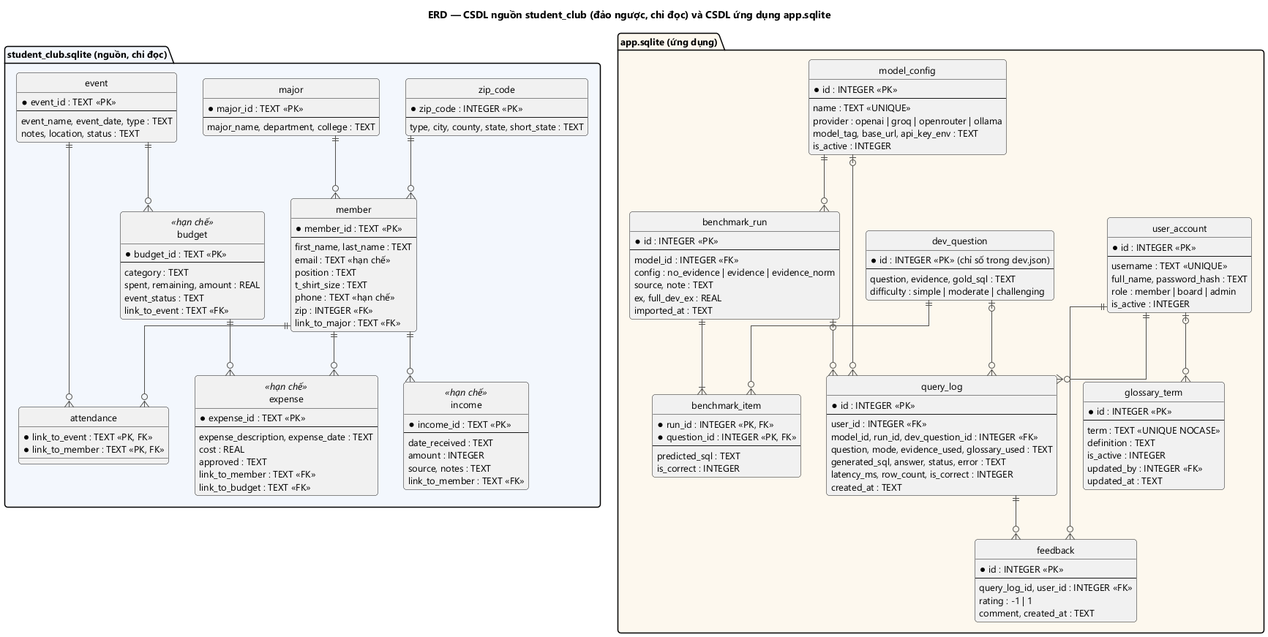
Before: docs/pttk/diagrams/erd.png, a diagram exported from PlantUML (ThanhTrung2001/llm-as-db-interface-project). Source of this version:
```plantuml
@startuml erd
!include _style.iuml
title ERD — CSDL nguồn student_club (đảo ngược, chỉ đọc) và CSDL ứng dụng app.sqlite
hide circle
set separator none
skinparam linetype ortho

package "student_club.sqlite (nguồn, chỉ đọc)" #f3f7fd {
  entity member {
    * member_id : TEXT <<PK>>
    --
    first_name, last_name : TEXT
    email : TEXT <<hạn chế>>
    position : TEXT
    t_shirt_size : TEXT
    phone : TEXT <<hạn chế>>
    zip : INTEGER <<FK>>
    link_to_major : TEXT <<FK>>
  }
  entity major {
    * major_id : TEXT <<PK>>
    --
    major_name, department, college : TEXT
  }
  entity zip_code {
    * zip_code : INTEGER <<PK>>
    --
    type, city, county, state, short_state : TEXT
  }
  entity event {
    * event_id : TEXT <<PK>>
    --
    event_name, event_date, type : TEXT
    notes, location, status : TEXT
  }
  entity attendance {
    * link_to_event : TEXT <<PK, FK>>
    * link_to_member : TEXT <<PK, FK>>
  }
  entity budget <<hạn chế>> {
    * budget_id : TEXT <<PK>>
    --
    category : TEXT
    spent, remaining, amount : REAL
    event_status : TEXT
    link_to_event : TEXT <<FK>>
  }
  entity expense <<hạn chế>> {
    * expense_id : TEXT <<PK>>
    --
    expense_description, expense_date : TEXT
    cost : REAL
    approved : TEXT
    link_to_member : TEXT <<FK>>
    link_to_budget : TEXT <<FK>>
  }
  entity income <<hạn chế>> {
    * income_id : TEXT <<PK>>
    --
    date_received : TEXT
    amount : INTEGER
    source, notes : TEXT
    link_to_member : TEXT <<FK>>
  }
}

major ||--o{ member
zip_code ||--o{ member
member ||--o{ attendance
event ||--o{ attendance
event ||--o{ budget
budget ||--o{ expense
member ||--o{ expense
member ||--o{ income

package "app.sqlite (ứng dụng)" #fdf8ee {
  entity user_account {
    * id : INTEGER <<PK>>
    --
    username : TEXT <<UNIQUE>>
    full_name, password_hash : TEXT
    role : member | board | admin
    is_active : INTEGER
  }
  entity model_config {
    * id : INTEGER <<PK>>
    --
    name : TEXT <<UNIQUE>>
    provider : openai | groq | openrouter | ollama
    model_tag, base_url, api_key_env : TEXT
    is_active : INTEGER
  }
  entity glossary_term {
    * id : INTEGER <<PK>>
    --
    term : TEXT <<UNIQUE NOCASE>>
    definition : TEXT
    is_active : INTEGER
    updated_by : INTEGER <<FK>>
    updated_at : TEXT
  }
  entity dev_question {
    * id : INTEGER <<PK>> (chỉ số trong dev.json)
    --
    question, evidence, gold_sql : TEXT
    difficulty : simple | moderate | challenging
  }
  entity benchmark_run {
    * id : INTEGER <<PK>>
    --
    model_id : INTEGER <<FK>>
    config : no_evidence | evidence | evidence_norm
    source, note : TEXT
    ex, full_dev_ex : REAL
    imported_at : TEXT
  }
  entity benchmark_item {
    * run_id : INTEGER <<PK, FK>>
    * question_id : INTEGER <<PK, FK>>
    --
    predicted_sql : TEXT
    is_correct : INTEGER
  }
  entity query_log {
    * id : INTEGER <<PK>>
    --
    user_id : INTEGER <<FK>>
    model_id, run_id, dev_question_id : INTEGER <<FK>>
    question, mode, evidence_used, glossary_used : TEXT
    generated_sql, answer, status, error : TEXT
    latency_ms, row_count, is_correct : INTEGER
    created_at : TEXT
  }
  entity feedback {
    * id : INTEGER <<PK>>
    --
    query_log_id, user_id : INTEGER <<FK>>
    rating : -1 | 1
    comment, created_at : TEXT
  }
}

user_account ||--o{ query_log
user_account ||--o{ feedback
user_account |o--o{ glossary_term
model_config ||--o{ benchmark_run
model_config |o--o{ query_log
benchmark_run ||--|{ benchmark_item
dev_question ||--o{ benchmark_item
dev_question |o--o{ query_log
benchmark_run |o--o{ query_log
query_log ||--o{ feedback
@enduml
```
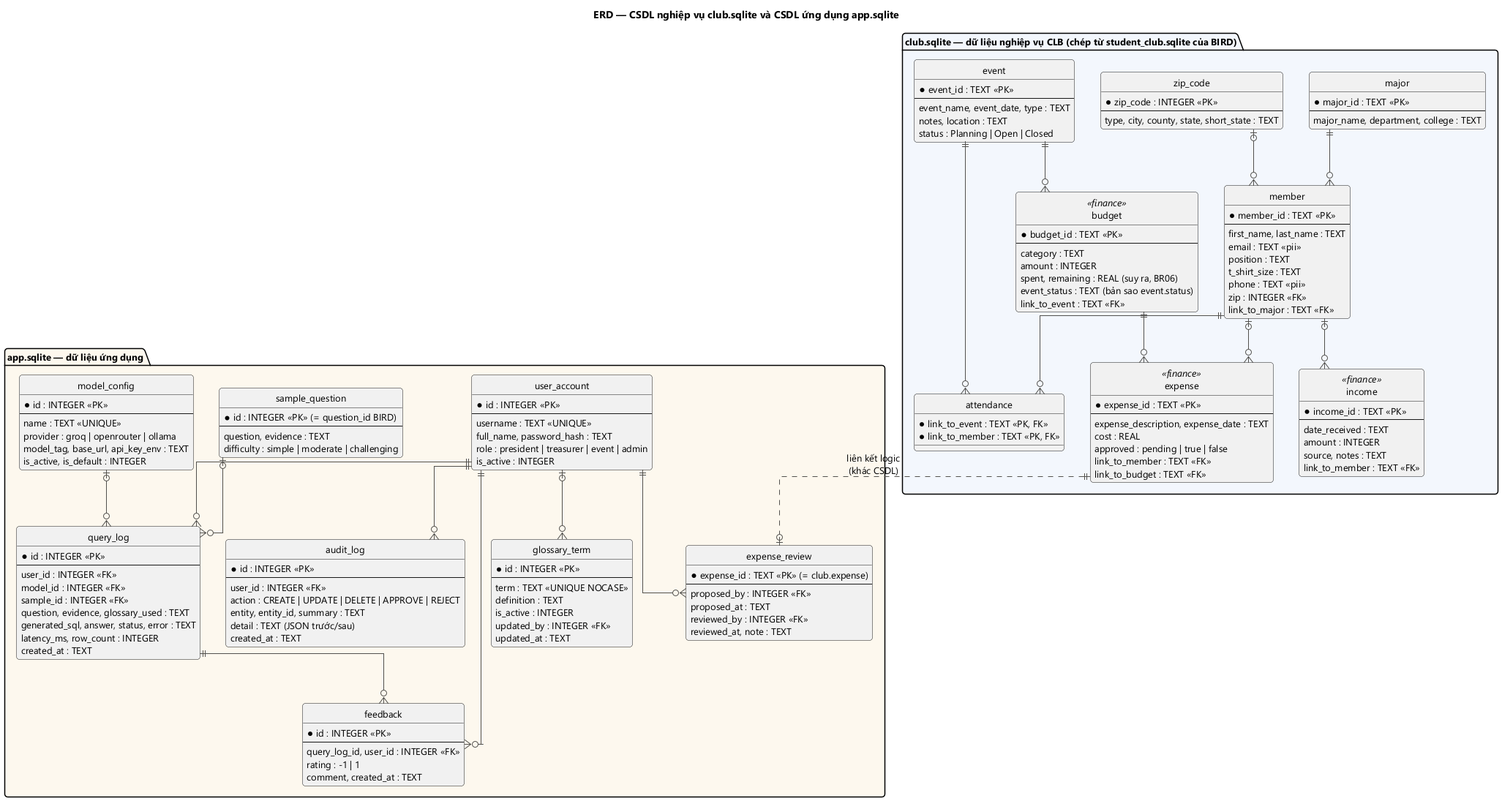
Later version of the same file.

Diff of the diagram source:
```diff
@@ -1,19 +1,19 @@
 @startuml erd
 !include _style.iuml
-title ERD — CSDL nguồn student_club (đảo ngược, chỉ đọc) và CSDL ứng dụng app.sqlite
+title ERD — CSDL nghiệp vụ club.sqlite và CSDL ứng dụng app.sqlite
 hide circle
 set separator none
 skinparam linetype ortho
 
-package "student_club.sqlite (nguồn, chỉ đọc)" #f3f7fd {
+package "club.sqlite — dữ liệu nghiệp vụ CLB (chép từ student_club.sqlite của BIRD)" #f3f7fd {
   entity member {
     * member_id : TEXT <<PK>>
     --
     first_name, last_name : TEXT
-    email : TEXT <<hạn chế>>
+    email : TEXT <<pii>>
     position : TEXT
     t_shirt_size : TEXT
-    phone : TEXT <<hạn chế>>
+    phone : TEXT <<pii>>
     zip : INTEGER <<FK>>
     link_to_major : TEXT <<FK>>
   }
@@ -31,30 +31,32 @@
     * event_id : TEXT <<PK>>
     --
     event_name, event_date, type : TEXT
-    notes, location, status : TEXT
+    notes, location : TEXT
+    status : Planning | Open | Closed
   }
   entity attendance {
     * link_to_event : TEXT <<PK, FK>>
     * link_to_member : TEXT <<PK, FK>>
   }
-  entity budget <<hạn chế>> {
+  entity budget <<finance>> {
     * budget_id : TEXT <<PK>>
     --
     category : TEXT
-    spent, remaining, amount : REAL
-    event_status : TEXT
+    amount : INTEGER
+    spent, remaining : REAL (suy ra, BR06)
+    event_status : TEXT (bản sao event.status)
     link_to_event : TEXT <<FK>>
   }
-  entity expense <<hạn chế>> {
+  entity expense <<finance>> {
     * expense_id : TEXT <<PK>>
     --
     expense_description, expense_date : TEXT
     cost : REAL
-    approved : TEXT
+    approved : pending | true | false
     link_to_member : TEXT <<FK>>
     link_to_budget : TEXT <<FK>>
   }
-  entity income <<hạn chế>> {
+  entity income <<finance>> {
     * income_id : TEXT <<PK>>
     --
     date_received : TEXT
@@ -65,30 +67,30 @@
 }
 
 major ||--o{ member
-zip_code ||--o{ member
+zip_code |o--o{ member
 member ||--o{ attendance
 event ||--o{ attendance
 event ||--o{ budget
 budget ||--o{ expense
-member ||--o{ expense
-member ||--o{ income
+member |o--o{ expense
+member |o--o{ income
 
-package "app.sqlite (ứng dụng)" #fdf8ee {
+package "app.sqlite — dữ liệu ứng dụng" #fdf8ee {
   entity user_account {
     * id : INTEGER <<PK>>
     --
     username : TEXT <<UNIQUE>>
     full_name, password_hash : TEXT
-    role : member | board | admin
+    role : president | treasurer | event | admin
     is_active : INTEGER
   }
   entity model_config {
     * id : INTEGER <<PK>>
     --
     name : TEXT <<UNIQUE>>
-    provider : openai | groq | openrouter | ollama
+    provider : groq | openrouter | ollama
     model_tag, base_url, api_key_env : TEXT
-    is_active : INTEGER
+    is_active, is_default : INTEGER
   }
   entity glossary_term {
     * id : INTEGER <<PK>>
@@ -99,37 +101,22 @@
     updated_by : INTEGER <<FK>>
     updated_at : TEXT
   }
-  entity dev_question {
-    * id : INTEGER <<PK>> (chỉ số trong dev.json)
-    --
-    question, evidence, gold_sql : TEXT
-    difficulty : simple | moderate | challenging
-  }
-  entity benchmark_run {
-    * id : INTEGER <<PK>>
-    --
-    model_id : INTEGER <<FK>>
-    config : no_evidence | evidence | evidence_norm
-    source, note : TEXT
-    ex, full_dev_ex : REAL
-    imported_at : TEXT
-  }
-  entity benchmark_item {
-    * run_id : INTEGER <<PK, FK>>
-    * question_id : INTEGER <<PK, FK>>
-    --
-    predicted_sql : TEXT
-    is_correct : INTEGER
-  }
   entity query_log {
     * id : INTEGER <<PK>>
     --
     user_id : INTEGER <<FK>>
-    model_id, run_id, dev_question_id : INTEGER <<FK>>
-    question, mode, evidence_used, glossary_used : TEXT
+    model_id : INTEGER <<FK>>
+    sample_id : INTEGER <<FK>>
+    question, evidence, glossary_used : TEXT
     generated_sql, answer, status, error : TEXT
-    latency_ms, row_count, is_correct : INTEGER
+    latency_ms, row_count : INTEGER
     created_at : TEXT
+  }
+  entity sample_question {
+    * id : INTEGER <<PK>> (= question_id BIRD)
+    --
+    question, evidence : TEXT
+    difficulty : simple | moderate | challenging
   }
   entity feedback {
     * id : INTEGER <<PK>>
@@ -138,16 +125,32 @@
     rating : -1 | 1
     comment, created_at : TEXT
   }
+  entity expense_review {
+    * expense_id : TEXT <<PK>> (= club.expense)
+    --
+    proposed_by : INTEGER <<FK>>
+    proposed_at : TEXT
+    reviewed_by : INTEGER <<FK>>
+    reviewed_at, note : TEXT
+  }
+  entity audit_log {
+    * id : INTEGER <<PK>>
+    --
+    user_id : INTEGER <<FK>>
+    action : CREATE | UPDATE | DELETE | APPROVE | REJECT
+    entity, entity_id, summary : TEXT
+    detail : TEXT (JSON trước/sau)
+    created_at : TEXT
+  }
 }
 
 user_account ||--o{ query_log
 user_account ||--o{ feedback
 user_account |o--o{ glossary_term
-model_config ||--o{ benchmark_run
 model_config |o--o{ query_log
-benchmark_run ||--|{ benchmark_item
-dev_question ||--o{ benchmark_item
-dev_question |o--o{ query_log
-benchmark_run |o--o{ query_log
 query_log ||--o{ feedback
+sample_question |o--o{ query_log
+user_account ||--o{ expense_review
+user_account ||--o{ audit_log
+expense ||..o| expense_review : liên kết logic\n(khác CSDL)
 @enduml
```
